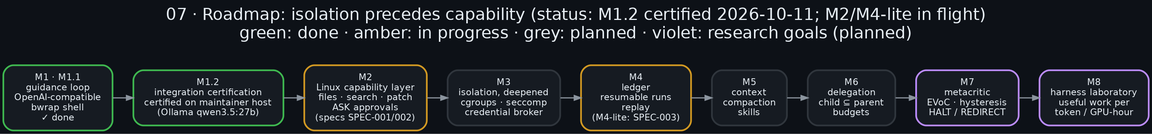
The Graphviz diagram docs/diagrams/07_roadmap.png in danindiana/malyutka, before a commit. Its source is kept beside it as docs/diagrams/07_roadmap.dot.
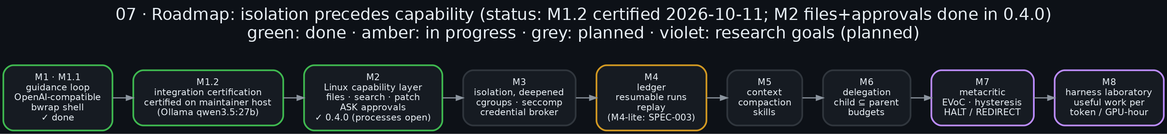
The same diagram one commit later.

What changed in the source:
```diff
@@ -1,13 +1,13 @@
 digraph roadmap {
     graph [bgcolor="#0d1117", rankdir=LR, fontname="Helvetica", fontcolor="#e6edf3", labelloc="t", fontsize=20,
-           label="07 · Roadmap: isolation precedes capability (status: M1.2 certified 2026-10-11; M2/M4-lite in flight)\ngreen: done · amber: in progress · grey: planned · violet: research goals (planned)\n ", nodesep=0.25, ranksep=0.35];
+           label="07 · Roadmap: isolation precedes capability (status: M1.2 certified 2026-10-11; M2 files+approvals done in 0.4.0)\ngreen: done · amber: in progress · grey: planned · violet: research goals (planned)\n ", nodesep=0.25, ranksep=0.35];
     node  [fontname="Helvetica", fontcolor="#e6edf3", color="#30363d", style="filled,rounded", shape=box, penwidth=2,
            margin="0.18,0.12", fillcolor="#161b22", fontsize=11];
     edge  [color="#8b949e", penwidth=1.4, arrowsize=0.8];
 
     m1  [label="M1 · M1.1\nguidance loop\nOpenAI-compatible\nbwrap shell\n✓ done", color="#3fb950"];
     m12 [label="M1.2\nintegration certification\ncertified on maintainer host\n(Ollama qwen3.5:27b)", color="#3fb950"];
-    m2  [label="M2\nLinux capability layer\nfiles · search · patch\nASK approvals\n(specs SPEC-001/002)", color="#d29922"];
+    m2  [label="M2\nLinux capability layer\nfiles · search · patch\nASK approvals\n✓ 0.4.0 (processes open)", color="#3fb950"];
     m3  [label="M3\nisolation, deepened\ncgroups · seccomp\ncredential broker", color="#30363d"];
     m4  [label="M4\nledger\nresumable runs\nreplay\n(M4-lite: SPEC-003)", color="#d29922"];
     m5  [label="M5\ncontext\ncompaction\nskills", color="#30363d"];
```
